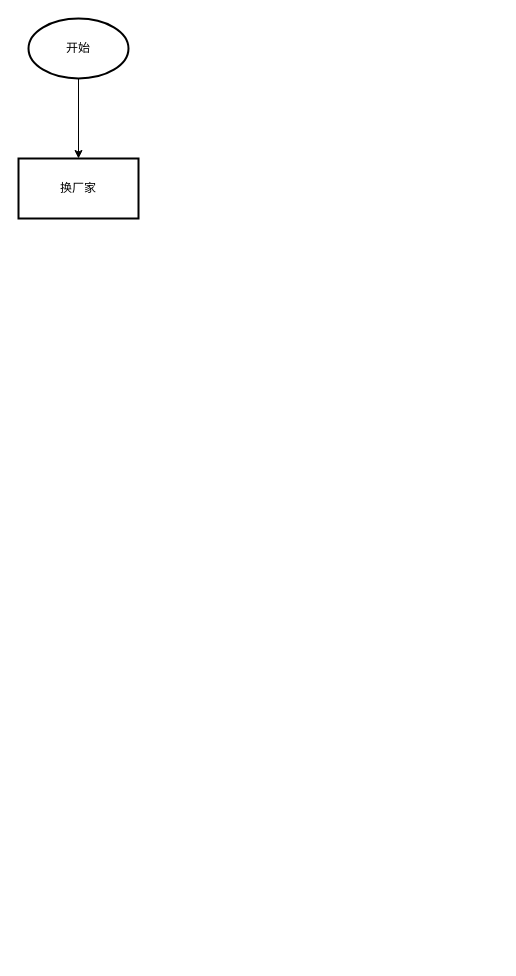
The draw.io diagram 一货多供.drawio in bian0814/draw.io, before the edit. Source tidied: cells renumbered, new cells numbered last; positions are measured from the earlier drawing's top-left corner, leaving out a move shared by most shapes. Both pictures are drawn from the tidied source at 100%, with x=0, y=0 at pixel (18, 18).
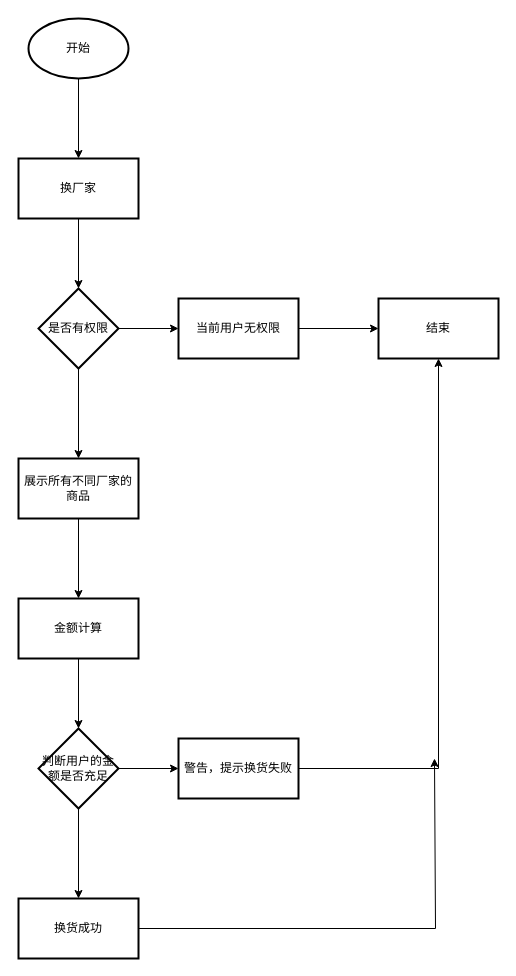
Above is the later version.

Commit message:
更新一货多供.drawio

Unchanged cells that the change refers to:
```xml
<mxCell id="4" value="换厂家" style="whiteSpace=wrap;html=1;strokeWidth=2;" parent="1" vertex="1">
  <mxGeometry y="140" width="120" height="60" as="geometry" />
</mxCell>
```

The edit, as a diff of the source:
```diff
@@
+    <mxCell id="5" style="edgeStyle=orthogonalEdgeStyle;rounded=0;jettySize=auto;html=1;" parent="1" edge="1" source="4" target="8">
+      <mxGeometry relative="1" as="geometry" />
+    </mxCell>
@@
+    <mxCell id="6" style="edgeStyle=orthogonalEdgeStyle;rounded=0;jettySize=auto;html=1;" parent="1" edge="1" source="8" target="10">
+      <mxGeometry relative="1" as="geometry" />
+    </mxCell>
+    <mxCell id="7" style="edgeStyle=orthogonalEdgeStyle;rounded=0;jettySize=auto;html=1;" parent="1" edge="1" source="8" target="13">
+      <mxGeometry relative="1" as="geometry" />
+    </mxCell>
+    <mxCell id="8" value="是否有权限" style="rhombus;whiteSpace=wrap;html=1;strokeWidth=2;" parent="1" vertex="1">
+      <mxGeometry x="20" y="270" width="80" height="80" as="geometry" />
+    </mxCell>
+    <mxCell id="9" style="edgeStyle=orthogonalEdgeStyle;rounded=0;jettySize=auto;html=1;" parent="1" edge="1" source="10" target="11">
+      <mxGeometry relative="1" as="geometry" />
+    </mxCell>
+    <mxCell id="10" value="当前用户无权限" style="whiteSpace=wrap;html=1;strokeWidth=2;" parent="1" vertex="1">
+      <mxGeometry x="160" y="280" width="120" height="60" as="geometry" />
+    </mxCell>
+    <mxCell id="11" value="结束" style="whiteSpace=wrap;html=1;strokeWidth=2;" parent="1" vertex="1">
+      <mxGeometry x="360" y="280" width="120" height="60" as="geometry" />
+    </mxCell>
+    <mxCell id="12" style="edgeStyle=orthogonalEdgeStyle;rounded=0;jettySize=auto;html=1;" parent="1" edge="1" source="13" target="15">
+      <mxGeometry relative="1" as="geometry" />
+    </mxCell>
+    <mxCell id="13" value="展示所有不同厂家的商品" style="whiteSpace=wrap;html=1;strokeWidth=2;" parent="1" vertex="1">
+      <mxGeometry y="440" width="120" height="60" as="geometry" />
+    </mxCell>
+    <mxCell id="14" style="edgeStyle=orthogonalEdgeStyle;rounded=0;jettySize=auto;html=1;" parent="1" edge="1" source="15" target="18">
+      <mxGeometry relative="1" as="geometry" />
+    </mxCell>
+    <mxCell id="15" value="金额计算" style="whiteSpace=wrap;html=1;strokeWidth=2;" parent="1" vertex="1">
+      <mxGeometry y="580" width="120" height="60" as="geometry" />
+    </mxCell>
+    <mxCell id="16" style="edgeStyle=orthogonalEdgeStyle;rounded=0;jettySize=auto;html=1;" parent="1" edge="1" source="18" target="20">
+      <mxGeometry relative="1" as="geometry" />
+    </mxCell>
+    <mxCell id="17" style="edgeStyle=orthogonalEdgeStyle;rounded=0;jettySize=auto;html=1;" parent="1" edge="1" source="18" target="22">
+      <mxGeometry relative="1" as="geometry" />
+    </mxCell>
+    <mxCell id="18" value="判断用户的金额是否充足" style="rhombus;whiteSpace=wrap;html=1;strokeWidth=2;" parent="1" vertex="1">
+      <mxGeometry x="20" y="710" width="80" height="80" as="geometry" />
+    </mxCell>
+    <mxCell id="19" style="edgeStyle=orthogonalEdgeStyle;rounded=0;jettySize=auto;html=1;entryX=0.5;entryY=1;entryDx=0;entryDy=0;" parent="1" edge="1" source="20" target="11">
+      <mxGeometry relative="1" as="geometry" />
+    </mxCell>
+    <mxCell id="20" value="警告，提示换货失败" style="whiteSpace=wrap;html=1;strokeWidth=2;" parent="1" vertex="1">
+      <mxGeometry x="160" y="720" width="120" height="60" as="geometry" />
+    </mxCell>
+    <mxCell id="21" style="edgeStyle=orthogonalEdgeStyle;rounded=0;jettySize=auto;html=1;" parent="1" edge="1" source="22">
+      <mxGeometry relative="1" as="geometry">
+        <mxPoint x="416" y="740" as="targetPoint" />
+        <Array as="points">
+          <mxPoint x="417" y="910" />
+        </Array>
+      </mxGeometry>
+    </mxCell>
+    <mxCell id="22" value="换货成功" style="whiteSpace=wrap;html=1;strokeWidth=2;" parent="1" vertex="1">
+      <mxGeometry y="880" width="120" height="60" as="geometry" />
+    </mxCell>
```
